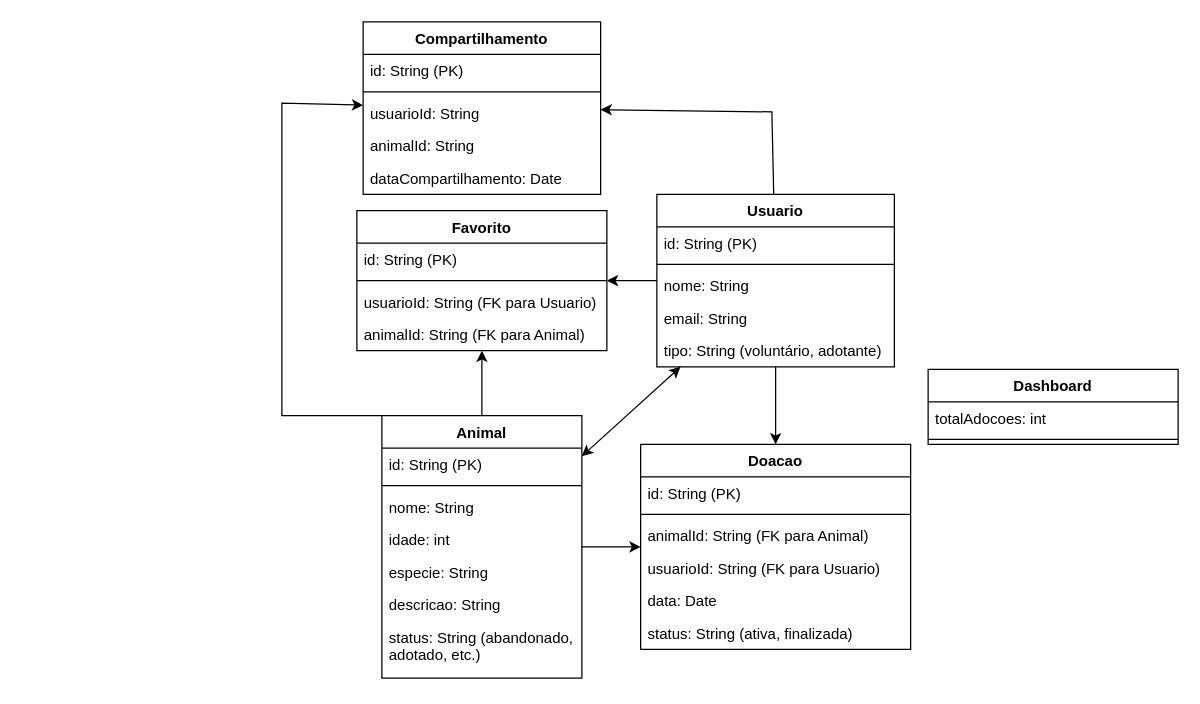
Above: Diagrama MER.drawio in JoaoGans/DRAW.tcc (draw.io), before the change. Source tidied: cells renumbered, new cells numbered last; positions are measured from the earlier drawing's top-left corner, leaving out a move shared by most shapes. Both pictures are drawn from the tidied source at 125%, with x=0, y=0 at pixel (281, 21).
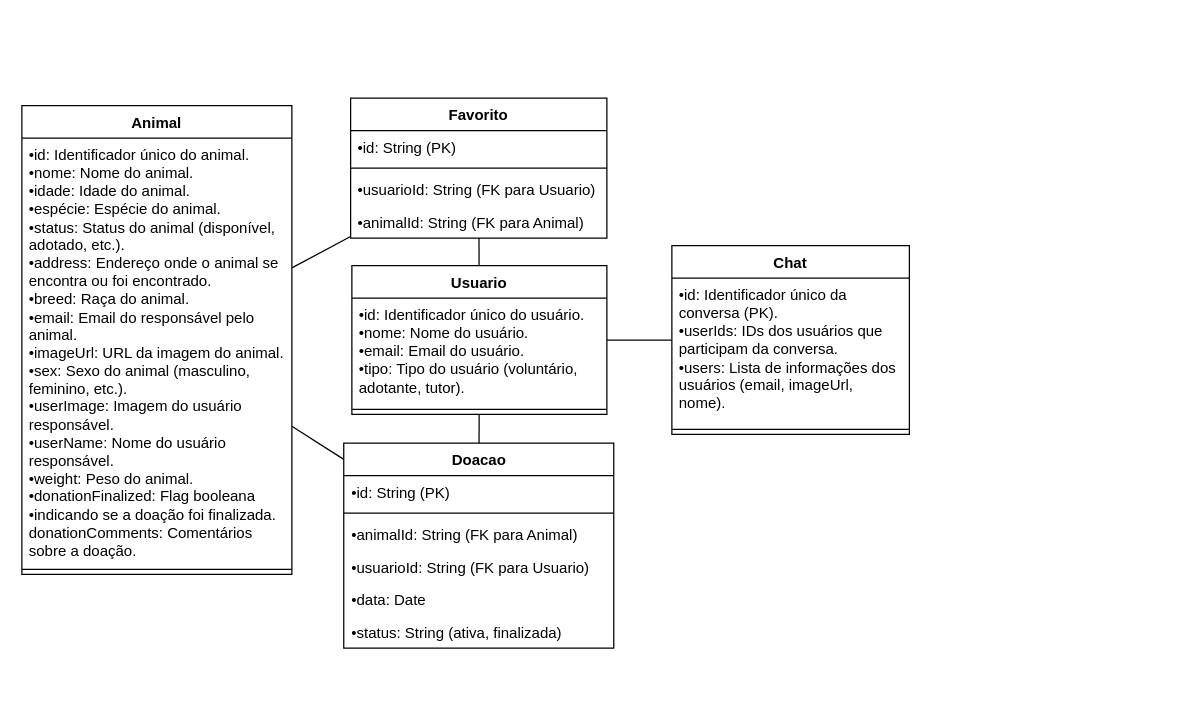
After the change.

The edit, as a diff of the source:
```diff
@@
     <mxCell id="2" value="Animal" style="swimlane;fontStyle=1;align=center;verticalAlign=top;horizontal=1;startSize=26;whiteSpace=wrap;html=1;" parent="1" vertex="1">
-      <mxGeometry x="80" y="315" width="160" height="210" as="geometry" />
+      <mxGeometry x="-208" y="67" width="216" height="375" as="geometry" />
     </mxCell>
-    <mxCell id="3" value="id: String (PK)" style="text;strokeColor=none;fillColor=none;align=left;verticalAlign=top;spacingLeft=4;spacingRight=4;overflow=hidden;whiteSpace=wrap;html=1;" parent="2" vertex="1">
-      <mxGeometry y="26" width="160" height="26" as="geometry" />
-    </mxCell>
+    <mxCell id="44" value="&lt;div&gt;•id: Identificador único do animal.&lt;/div&gt;&lt;div&gt;•nome: Nome do animal.&lt;/div&gt;&lt;div&gt;•idade: Idade do animal.&lt;/div&gt;&lt;div&gt;•espécie: Espécie do animal.&lt;/div&gt;&lt;div&gt;•status: Status do animal (disponível, adotado, etc.).&lt;/div&gt;&lt;div&gt;•address: Endereço onde o animal se encontra ou foi encontrado.&lt;/div&gt;&lt;div&gt;•breed: Raça do animal.&lt;/div&gt;&lt;div&gt;•email: Email do responsável pelo animal.&lt;/div&gt;&lt;div&gt;•imageUrl: URL da imagem do animal.&lt;/div&gt;&lt;div&gt;•sex: Sexo do animal (masculino, feminino, etc.).&lt;/div&gt;&lt;div&gt;•userImage: Imagem do usuário responsável.&lt;/div&gt;&lt;div&gt;•userName: Nome do usuário responsável.&lt;/div&gt;&lt;div&gt;•weight: Peso do animal.&lt;/div&gt;&lt;div&gt;•donationFinalized: Flag booleana •indicando se a doação foi finalizada.&lt;/div&gt;&lt;div&gt;donationComments:&amp;nbsp;Comentários sobre a doação.&lt;/div&gt;" style="text;strokeColor=none;fillColor=none;align=left;verticalAlign=top;spacingLeft=4;spacingRight=4;overflow=hidden;whiteSpace=wrap;html=1;" parent="2" vertex="1">
+      <mxGeometry y="26" width="216" height="341" as="geometry" />
+    </mxCell>
     <mxCell id="4" style="line;strokeWidth=1;fillColor=none;align=left;verticalAlign=middle;spacingTop=-1;spacingLeft=3;spacingRight=3;labelPosition=right;strokeColor=inherit;" parent="2" vertex="1">
-      <mxGeometry y="52" width="160" height="8" as="geometry" />
+      <mxGeometry y="367" width="216" height="8" as="geometry" />
     </mxCell>
-    <mxCell id="5" value="nome: String" style="text;strokeColor=none;fillColor=none;align=left;verticalAlign=top;spacingLeft=4;spacingRight=4;overflow=hidden;whiteSpace=wrap;html=1;" parent="2" vertex="1">
-      <mxGeometry y="60" width="160" height="26" as="geometry" />
-    </mxCell>
-    <mxCell id="6" value="idade: int" style="text;strokeColor=none;fillColor=none;align=left;verticalAlign=top;spacingLeft=4;spacingRight=4;overflow=hidden;whiteSpace=wrap;html=1;" parent="2" vertex="1">
-      <mxGeometry y="86" width="160" height="26" as="geometry" />
-    </mxCell>
-    <mxCell id="7" value="especie: String" style="text;strokeColor=none;fillColor=none;align=left;verticalAlign=top;spacingLeft=4;spacingRight=4;overflow=hidden;whiteSpace=wrap;html=1;" parent="2" vertex="1">
-      <mxGeometry y="112" width="160" height="26" as="geometry" />
-    </mxCell>
-    <mxCell id="8" value="descricao: String" style="text;strokeColor=none;fillColor=none;align=left;verticalAlign=top;spacingLeft=4;spacingRight=4;overflow=hidden;whiteSpace=wrap;html=1;" parent="2" vertex="1">
-      <mxGeometry y="138" width="160" height="26" as="geometry" />
-    </mxCell>
-    <mxCell id="9" value="status: String (abandonado, adotado, etc.)" style="text;strokeColor=none;fillColor=none;align=left;verticalAlign=top;spacingLeft=4;spacingRight=4;overflow=hidden;whiteSpace=wrap;html=1;" parent="2" vertex="1">
-      <mxGeometry y="164" width="160" height="46" as="geometry" />
-    </mxCell>
     <mxCell id="10" value="Doacao" style="swimlane;fontStyle=1;align=center;verticalAlign=top;horizontal=1;startSize=26;whiteSpace=wrap;html=1;" parent="1" vertex="1">
-      <mxGeometry x="287" y="338" width="216" height="164" as="geometry" />
+      <mxGeometry x="49.5" y="337" width="216" height="164" as="geometry" />
     </mxCell>
-    <mxCell id="11" value="id: String (PK)" style="text;strokeColor=none;fillColor=none;align=left;verticalAlign=top;spacingLeft=4;spacingRight=4;overflow=hidden;whiteSpace=wrap;html=1;" parent="10" vertex="1">
+    <mxCell id="11" value="•id: String (PK)" style="text;strokeColor=none;fillColor=none;align=left;verticalAlign=top;spacingLeft=4;spacingRight=4;overflow=hidden;whiteSpace=wrap;html=1;" parent="10" vertex="1">
       <mxGeometry y="26" width="216" height="26" as="geometry" />
     </mxCell>
@@
-    <mxCell id="13" value="animalId: String (FK para Animal)" style="text;strokeColor=none;fillColor=none;align=left;verticalAlign=top;spacingLeft=4;spacingRight=4;overflow=hidden;whiteSpace=wrap;html=1;" parent="10" vertex="1">
+    <mxCell id="13" value="•animalId: String (FK para Animal)" style="text;strokeColor=none;fillColor=none;align=left;verticalAlign=top;spacingLeft=4;spacingRight=4;overflow=hidden;whiteSpace=wrap;html=1;" parent="10" vertex="1">
       <mxGeometry y="60" width="216" height="26" as="geometry" />
     </mxCell>
-    <mxCell id="14" value="usuarioId: String (FK para Usuario)" style="text;strokeColor=none;fillColor=none;align=left;verticalAlign=top;spacingLeft=4;spacingRight=4;overflow=hidden;whiteSpace=wrap;html=1;" parent="10" vertex="1">
+    <mxCell id="14" value="•usuarioId: String (FK para Usuario)" style="text;strokeColor=none;fillColor=none;align=left;verticalAlign=top;spacingLeft=4;spacingRight=4;overflow=hidden;whiteSpace=wrap;html=1;" parent="10" vertex="1">
       <mxGeometry y="86" width="216" height="26" as="geometry" />
     </mxCell>
-    <mxCell id="15" value="data: Date" style="text;strokeColor=none;fillColor=none;align=left;verticalAlign=top;spacingLeft=4;spacingRight=4;overflow=hidden;whiteSpace=wrap;html=1;" parent="10" vertex="1">
+    <mxCell id="15" value="•data: Date" style="text;strokeColor=none;fillColor=none;align=left;verticalAlign=top;spacingLeft=4;spacingRight=4;overflow=hidden;whiteSpace=wrap;html=1;" parent="10" vertex="1">
       <mxGeometry y="112" width="216" height="26" as="geometry" />
     </mxCell>
-    <mxCell id="16" value="status: String (ativa, finalizada)" style="text;strokeColor=none;fillColor=none;align=left;verticalAlign=top;spacingLeft=4;spacingRight=4;overflow=hidden;whiteSpace=wrap;html=1;" parent="10" vertex="1">
+    <mxCell id="16" value="•status: String (ativa, finalizada)" style="text;strokeColor=none;fillColor=none;align=left;verticalAlign=top;spacingLeft=4;spacingRight=4;overflow=hidden;whiteSpace=wrap;html=1;" parent="10" vertex="1">
       <mxGeometry y="138" width="216" height="26" as="geometry" />
     </mxCell>
     <mxCell id="17" value="Usuario" style="swimlane;fontStyle=1;align=center;verticalAlign=top;horizontal=1;startSize=26;whiteSpace=wrap;html=1;" parent="1" vertex="1">
-      <mxGeometry x="300" y="138" width="190" height="138" as="geometry" />
+      <mxGeometry x="56" y="195" width="204" height="119" as="geometry" />
     </mxCell>
-    <mxCell id="18" value="id: String (PK)" style="text;strokeColor=none;fillColor=none;align=left;verticalAlign=top;spacingLeft=4;spacingRight=4;overflow=hidden;whiteSpace=wrap;html=1;" parent="17" vertex="1">
-      <mxGeometry y="26" width="190" height="26" as="geometry" />
+    <mxCell id="18" value="&lt;div&gt;&lt;span style=&quot;background-color: initial;&quot;&gt;•&lt;/span&gt;id: Identificador único do usuário.&lt;/div&gt;&lt;div&gt;&lt;span style=&quot;background-color: initial;&quot;&gt;•&lt;/span&gt;nome: Nome do usuário.&lt;/div&gt;&lt;div&gt;&lt;span style=&quot;background-color: initial;&quot;&gt;•&lt;/span&gt;email: Email do usuário.&lt;/div&gt;&lt;div&gt;&lt;span style=&quot;background-color: initial;&quot;&gt;•&lt;/span&gt;tipo: Tipo do usuário (voluntário, adotante, tutor).&lt;/div&gt;" style="text;strokeColor=none;fillColor=none;align=left;verticalAlign=top;spacingLeft=4;spacingRight=4;overflow=hidden;whiteSpace=wrap;html=1;" parent="17" vertex="1">
+      <mxGeometry y="26" width="204" height="85" as="geometry" />
     </mxCell>
     <mxCell id="19" style="line;strokeWidth=1;fillColor=none;align=left;verticalAlign=middle;spacingTop=-1;spacingLeft=3;spacingRight=3;labelPosition=right;strokeColor=inherit;" parent="17" vertex="1">
-      <mxGeometry y="52" width="190" height="8" as="geometry" />
+      <mxGeometry y="111" width="204" height="8" as="geometry" />
     </mxCell>
-    <mxCell id="20" value="nome: String" style="text;strokeColor=none;fillColor=none;align=left;verticalAlign=top;spacingLeft=4;spacingRight=4;overflow=hidden;whiteSpace=wrap;html=1;" parent="17" vertex="1">
-      <mxGeometry y="60" width="190" height="26" as="geometry" />
-    </mxCell>
-    <mxCell id="21" value="email: String" style="text;strokeColor=none;fillColor=none;align=left;verticalAlign=top;spacingLeft=4;spacingRight=4;overflow=hidden;whiteSpace=wrap;html=1;" parent="17" vertex="1">
-      <mxGeometry y="86" width="190" height="26" as="geometry" />
-    </mxCell>
-    <mxCell id="22" value="tipo: String (voluntário, adotante)" style="text;strokeColor=none;fillColor=none;align=left;verticalAlign=top;spacingLeft=4;spacingRight=4;overflow=hidden;whiteSpace=wrap;html=1;" parent="17" vertex="1">
-      <mxGeometry y="112" width="190" height="26" as="geometry" />
-    </mxCell>
     <mxCell id="23" value="Favorito" style="swimlane;fontStyle=1;align=center;verticalAlign=top;horizontal=1;startSize=26;whiteSpace=wrap;html=1;" parent="1" vertex="1">
-      <mxGeometry x="60" y="151" width="200" height="112" as="geometry" />
+      <mxGeometry x="55" y="61" width="205" height="112" as="geometry" />
     </mxCell>
-    <mxCell id="24" value="id: String (PK)" style="text;strokeColor=none;fillColor=none;align=left;verticalAlign=top;spacingLeft=4;spacingRight=4;overflow=hidden;whiteSpace=wrap;html=1;" parent="23" vertex="1">
-      <mxGeometry y="26" width="200" height="26" as="geometry" />
+    <mxCell id="24" value="•id: String (PK)" style="text;strokeColor=none;fillColor=none;align=left;verticalAlign=top;spacingLeft=4;spacingRight=4;overflow=hidden;whiteSpace=wrap;html=1;" parent="23" vertex="1">
+      <mxGeometry y="26" width="205" height="26" as="geometry" />
     </mxCell>
     <mxCell id="25" style="line;strokeWidth=1;fillColor=none;align=left;verticalAlign=middle;spacingTop=-1;spacingLeft=3;spacingRight=3;labelPosition=right;strokeColor=inherit;" parent="23" vertex="1">
-      <mxGeometry y="52" width="200" height="8" as="geometry" />
+      <mxGeometry y="52" width="205" height="8" as="geometry" />
     </mxCell>
-    <mxCell id="26" value="usuarioId: String (FK para Usuario)" style="text;strokeColor=none;fillColor=none;align=left;verticalAlign=top;spacingLeft=4;spacingRight=4;overflow=hidden;whiteSpace=wrap;html=1;" parent="23" vertex="1">
-      <mxGeometry y="60" width="200" height="26" as="geometry" />
+    <mxCell id="26" value="•usuarioId: String (FK para Usuario)" style="text;strokeColor=none;fillColor=none;align=left;verticalAlign=top;spacingLeft=4;spacingRight=4;overflow=hidden;whiteSpace=wrap;html=1;" parent="23" vertex="1">
+      <mxGeometry y="60" width="205" height="26" as="geometry" />
     </mxCell>
-    <mxCell id="27" value="animalId: String (FK para Animal)" style="text;strokeColor=none;fillColor=none;align=left;verticalAlign=top;spacingLeft=4;spacingRight=4;overflow=hidden;whiteSpace=wrap;html=1;" parent="23" vertex="1">
-      <mxGeometry y="86" width="200" height="26" as="geometry" />
+    <mxCell id="27" value="•animalId: String (FK para Animal)" style="text;strokeColor=none;fillColor=none;align=left;verticalAlign=top;spacingLeft=4;spacingRight=4;overflow=hidden;whiteSpace=wrap;html=1;" parent="23" vertex="1">
+      <mxGeometry y="86" width="205" height="26" as="geometry" />
     </mxCell>
-    <mxCell id="28" value="Dashboard" style="swimlane;fontStyle=1;align=center;verticalAlign=top;horizontal=1;startSize=26;whiteSpace=wrap;html=1;" parent="1" vertex="1">
-      <mxGeometry x="517" y="278" width="200" height="60" as="geometry" />
-    </mxCell>
-    <mxCell id="29" value="totalAdocoes: int" style="text;strokeColor=none;fillColor=none;align=left;verticalAlign=top;spacingLeft=4;spacingRight=4;overflow=hidden;whiteSpace=wrap;html=1;" parent="28" vertex="1">
-      <mxGeometry y="26" width="200" height="26" as="geometry" />
-    </mxCell>
-    <mxCell id="30" style="line;strokeWidth=1;fillColor=none;align=left;verticalAlign=middle;spacingTop=-1;spacingLeft=3;spacingRight=3;labelPosition=right;strokeColor=inherit;" parent="28" vertex="1">
-      <mxGeometry y="52" width="200" height="8" as="geometry" />
-    </mxCell>
+    <mxCell id="45" value="Chat" style="swimlane;fontStyle=1;align=center;verticalAlign=top;horizontal=1;startSize=26;whiteSpace=wrap;html=1;" parent="1" vertex="1">
+      <mxGeometry x="312" y="179" width="190" height="151" as="geometry" />
+    </mxCell>
+    <mxCell id="46" value="&lt;div&gt;&lt;span style=&quot;background-color: initial;&quot;&gt;•&lt;/span&gt;id: Identificador único da conversa (PK).&lt;/div&gt;&lt;div&gt;&lt;span style=&quot;background-color: initial;&quot;&gt;•&lt;/span&gt;userIds: IDs dos usuários que participam da conversa.&lt;/div&gt;&lt;div&gt;&lt;span style=&quot;background-color: initial;&quot;&gt;•&lt;/span&gt;users: Lista de informações dos usuários (email, imageUrl, nome).&lt;/div&gt;" style="text;strokeColor=none;fillColor=none;align=left;verticalAlign=top;spacingLeft=4;spacingRight=4;overflow=hidden;whiteSpace=wrap;html=1;" parent="45" vertex="1">
+      <mxGeometry y="26" width="190" height="117" as="geometry" />
+    </mxCell>
+    <mxCell id="47" style="line;strokeWidth=1;fillColor=none;align=left;verticalAlign=middle;spacingTop=-1;spacingLeft=3;spacingRight=3;labelPosition=right;strokeColor=inherit;" parent="45" vertex="1">
+      <mxGeometry y="143" width="190" height="8" as="geometry" />
+    </mxCell>
+    <mxCell id="35" style="endArrow=none;html=1;rounded=0;" parent="1" edge="1" source="17" target="10">
+      <mxGeometry relative="1" as="geometry" />
+    </mxCell>
-    <mxCell id="31" style="endArrow=classic;html=1;rounded=0;" parent="1" edge="1" source="17" target="23">
+    <mxCell id="31" style="endArrow=none;html=1;rounded=0;" parent="1" edge="1" source="17" target="23">
       <mxGeometry relative="1" as="geometry" />
     </mxCell>
+    <mxCell id="48" style="endArrow=none;html=1;rounded=0;" parent="1" edge="1" source="17" target="45">
+      <mxGeometry relative="1" as="geometry" />
+    </mxCell>
-    <mxCell id="32" style="endArrow=classic;html=1;rounded=0;" parent="1" edge="1" source="2" target="23">
+    <mxCell id="32" style="endArrow=none;html=1;rounded=0;" parent="1" edge="1" source="2" target="23">
       <mxGeometry relative="1" as="geometry" />
     </mxCell>
-    <mxCell id="33" style="endArrow=classic;startArrow=classic;html=1;rounded=0;" parent="1" edge="1" source="2" target="17">
-      <mxGeometry relative="1" as="geometry" />
-    </mxCell>
-    <mxCell id="34" style="endArrow=classic;html=1;rounded=0;" parent="1" edge="1" source="2" target="10">
+    <mxCell id="34" style="endArrow=none;html=1;rounded=0;" parent="1" edge="1" source="2" target="10">
       <mxGeometry relative="1" as="geometry" />
     </mxCell>
-    <mxCell id="35" style="endArrow=classic;html=1;rounded=0;" parent="1" edge="1" source="17" target="10">
-      <mxGeometry relative="1" as="geometry" />
-    </mxCell>
-    <mxCell id="36" value="Compartilhamento" style="swimlane;fontStyle=1;align=center;verticalAlign=top;horizontal=1;startSize=26;whiteSpace=wrap;html=1;" parent="1" vertex="1">
-      <mxGeometry x="65" width="190" height="138" as="geometry" />
-    </mxCell>
-    <mxCell id="37" value="id: String (PK)" style="text;strokeColor=none;fillColor=none;align=left;verticalAlign=top;spacingLeft=4;spacingRight=4;overflow=hidden;whiteSpace=wrap;html=1;" parent="36" vertex="1">
-      <mxGeometry y="26" width="190" height="26" as="geometry" />
-    </mxCell>
-    <mxCell id="38" style="line;strokeWidth=1;fillColor=none;align=left;verticalAlign=middle;spacingTop=-1;spacingLeft=3;spacingRight=3;labelPosition=right;strokeColor=inherit;" parent="36" vertex="1">
-      <mxGeometry y="52" width="190" height="8" as="geometry" />
-    </mxCell>
-    <mxCell id="39" value="usuarioId: String" style="text;strokeColor=none;fillColor=none;align=left;verticalAlign=top;spacingLeft=4;spacingRight=4;overflow=hidden;whiteSpace=wrap;html=1;" parent="36" vertex="1">
-      <mxGeometry y="60" width="190" height="26" as="geometry" />
-    </mxCell>
-    <mxCell id="40" value="animalId: String" style="text;strokeColor=none;fillColor=none;align=left;verticalAlign=top;spacingLeft=4;spacingRight=4;overflow=hidden;whiteSpace=wrap;html=1;" parent="36" vertex="1">
-      <mxGeometry y="86" width="190" height="26" as="geometry" />
-    </mxCell>
-    <mxCell id="41" value="dataCompartilhamento: Date" style="text;strokeColor=none;fillColor=none;align=left;verticalAlign=top;spacingLeft=4;spacingRight=4;overflow=hidden;whiteSpace=wrap;html=1;" parent="36" vertex="1">
-      <mxGeometry y="112" width="190" height="26" as="geometry" />
-    </mxCell>
-    <mxCell id="42" style="endArrow=classic;html=1;rounded=0;" parent="1" edge="1" source="17" target="36">
-      <mxGeometry relative="1" as="geometry">
-        <Array as="points">
-          <mxPoint x="392" y="72" />
-        </Array>
-      </mxGeometry>
-    </mxCell>
-    <mxCell id="43" style="endArrow=classic;html=1;rounded=0;exitX=0;exitY=0;exitDx=0;exitDy=0;" parent="1" edge="1" source="2" target="36">
-      <mxGeometry relative="1" as="geometry">
-        <Array as="points">
-          <mxPoint y="315" />
-          <mxPoint y="65" />
-        </Array>
-      </mxGeometry>
-    </mxCell>
```
